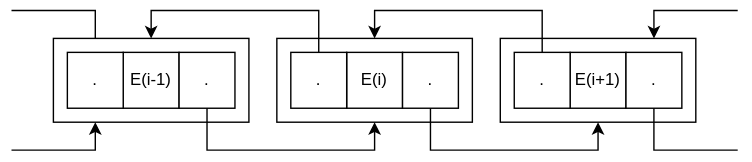
This is sections/part3/images/chaine0.svg from BastienGarnier/CoursMinitel, a draw.io export, as it was before one commit. Source tidied: cells renumbered, new cells last; positions are measured from the earlier drawing's top-left corner, leaving out a move shared by most shapes. Source of this version:
```xml
<mxGraphModel>
  <root>
    <mxCell id="0" />
    <mxCell id="1" parent="0" />
    <mxCell id="2" style="rounded=0;whiteSpace=wrap;html=1;" parent="1" vertex="1">
      <mxGeometry x="350" y="20" width="140" height="60" as="geometry" />
    </mxCell>
    <mxCell id="3" style="rounded=0;whiteSpace=wrap;html=1;" parent="1" vertex="1">
      <mxGeometry x="190" y="20" width="140" height="60" as="geometry" />
    </mxCell>
    <mxCell id="4" style="rounded=0;whiteSpace=wrap;html=1;" parent="1" vertex="1">
      <mxGeometry x="30" y="20" width="140" height="60" as="geometry" />
    </mxCell>
    <mxCell id="5" value="E(i-1)" style="rounded=0;whiteSpace=wrap;html=1;" parent="1" vertex="1">
      <mxGeometry x="80" y="30" width="40" height="40" as="geometry" />
    </mxCell>
    <mxCell id="6" value="." style="rounded=0;whiteSpace=wrap;html=1;" parent="1" vertex="1">
      <mxGeometry x="120" y="30" width="40" height="40" as="geometry" />
    </mxCell>
    <mxCell id="7" value="." style="rounded=0;whiteSpace=wrap;html=1;" parent="1" vertex="1">
      <mxGeometry x="40" y="30" width="40" height="40" as="geometry" />
    </mxCell>
    <mxCell id="8" value="E(i)" style="rounded=0;whiteSpace=wrap;html=1;" parent="1" vertex="1">
      <mxGeometry x="240" y="30" width="40" height="40" as="geometry" />
    </mxCell>
    <mxCell id="9" value="." style="rounded=0;whiteSpace=wrap;html=1;" parent="1" vertex="1">
      <mxGeometry x="280" y="30" width="40" height="40" as="geometry" />
    </mxCell>
    <mxCell id="10" value="." style="rounded=0;whiteSpace=wrap;html=1;" parent="1" vertex="1">
      <mxGeometry x="200" y="30" width="40" height="40" as="geometry" />
    </mxCell>
    <mxCell id="11" value="E(i+1)" style="rounded=0;whiteSpace=wrap;html=1;" parent="1" vertex="1">
      <mxGeometry x="400" y="30" width="40" height="40" as="geometry" />
    </mxCell>
    <mxCell id="12" value="." style="rounded=0;whiteSpace=wrap;html=1;" parent="1" vertex="1">
      <mxGeometry x="440" y="30" width="40" height="40" as="geometry" />
    </mxCell>
    <mxCell id="13" value="." style="rounded=0;whiteSpace=wrap;html=1;" parent="1" vertex="1">
      <mxGeometry x="360" y="30" width="40" height="40" as="geometry" />
    </mxCell>
    <mxCell id="14" style="endArrow=classic;html=1;rounded=0;exitX=0.5;exitY=0;exitDx=0;exitDy=0;entryX=0.5;entryY=0;entryDx=0;entryDy=0;" parent="1" edge="1" source="10" target="4">
      <mxGeometry relative="1" as="geometry">
        <Array as="points">
          <mxPoint x="220" />
          <mxPoint x="100" />
        </Array>
      </mxGeometry>
    </mxCell>
    <mxCell id="15" style="endArrow=classic;html=1;rounded=0;exitX=0.5;exitY=0;exitDx=0;exitDy=0;entryX=0.5;entryY=0;entryDx=0;entryDy=0;" parent="1" edge="1" target="3">
      <mxGeometry relative="1" as="geometry">
        <mxPoint x="380" y="30" as="sourcePoint" />
        <Array as="points">
          <mxPoint x="380" />
          <mxPoint x="260" />
        </Array>
      </mxGeometry>
    </mxCell>
    <mxCell id="16" style="endArrow=classic;html=1;rounded=0;exitX=0.5;exitY=1;exitDx=0;exitDy=0;entryX=0.5;entryY=1;entryDx=0;entryDy=0;" parent="1" edge="1" target="2">
      <mxGeometry relative="1" as="geometry">
        <mxPoint x="300" y="70" as="sourcePoint" />
        <Array as="points">
          <mxPoint x="300" y="100" />
          <mxPoint x="420" y="100" />
        </Array>
      </mxGeometry>
    </mxCell>
    <mxCell id="17" style="endArrow=classic;html=1;rounded=0;entryX=0.5;entryY=1;entryDx=0;entryDy=0;" parent="1" edge="1" source="6" target="3">
      <mxGeometry relative="1" as="geometry">
        <Array as="points">
          <mxPoint x="140" y="100" />
          <mxPoint x="260" y="100" />
        </Array>
      </mxGeometry>
    </mxCell>
    <mxCell id="18" style="endArrow=none;html=1;rounded=0;" parent="1" edge="1">
      <mxGeometry relative="1" as="geometry">
        <mxPoint x="520" y="100" as="sourcePoint" />
        <mxPoint x="460" y="70" as="targetPoint" />
        <Array as="points">
          <mxPoint x="460" y="100" />
        </Array>
      </mxGeometry>
    </mxCell>
    <mxCell id="19" style="endArrow=classic;html=1;rounded=0;entryX=0.786;entryY=0;entryDx=0;entryDy=0;entryPerimeter=0;" parent="1" edge="1" target="2">
      <mxGeometry relative="1" as="geometry">
        <mxPoint x="520" as="sourcePoint" />
        <Array as="points">
          <mxPoint x="460" />
        </Array>
      </mxGeometry>
    </mxCell>
    <mxCell id="20" style="endArrow=none;html=1;rounded=0;" parent="1" edge="1">
      <mxGeometry relative="1" as="geometry">
        <mxPoint x="60" y="20" as="sourcePoint" />
        <mxPoint as="targetPoint" />
        <Array as="points">
          <mxPoint x="60" />
        </Array>
      </mxGeometry>
    </mxCell>
    <mxCell id="21" style="endArrow=classic;html=1;rounded=0;" parent="1" edge="1">
      <mxGeometry relative="1" as="geometry">
        <mxPoint y="100" as="sourcePoint" />
        <mxPoint x="60" y="80" as="targetPoint" />
        <Array as="points">
          <mxPoint x="60" y="100" />
        </Array>
      </mxGeometry>
    </mxCell>
  </root>
</mxGraphModel>
```
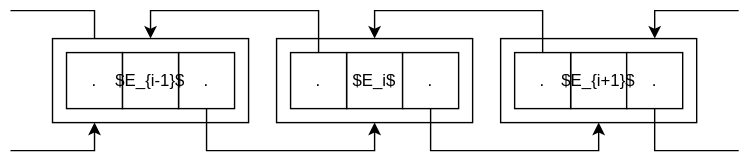
Above is the later version.

The edit, as a diff of the source:
```diff
@@ -11,16 +11,13 @@
     <mxCell id="4" style="rounded=0;whiteSpace=wrap;html=1;" parent="1" vertex="1">
       <mxGeometry x="30" y="20" width="140" height="60" as="geometry" />
     </mxCell>
-    <mxCell id="5" value="E(i-1)" style="rounded=0;whiteSpace=wrap;html=1;" parent="1" vertex="1">
-      <mxGeometry x="80" y="30" width="40" height="40" as="geometry" />
-    </mxCell>
     <mxCell id="6" value="." style="rounded=0;whiteSpace=wrap;html=1;" parent="1" vertex="1">
       <mxGeometry x="120" y="30" width="40" height="40" as="geometry" />
     </mxCell>
     <mxCell id="7" value="." style="rounded=0;whiteSpace=wrap;html=1;" parent="1" vertex="1">
       <mxGeometry x="40" y="30" width="40" height="40" as="geometry" />
     </mxCell>
-    <mxCell id="8" value="E(i)" style="rounded=0;whiteSpace=wrap;html=1;" parent="1" vertex="1">
+    <mxCell id="8" value="$E_i$" style="rounded=0;whiteSpace=wrap;html=1;" parent="1" vertex="1">
       <mxGeometry x="240" y="30" width="40" height="40" as="geometry" />
     </mxCell>
     <mxCell id="9" value="." style="rounded=0;whiteSpace=wrap;html=1;" parent="1" vertex="1">
@@ -29,7 +26,7 @@
     <mxCell id="10" value="." style="rounded=0;whiteSpace=wrap;html=1;" parent="1" vertex="1">
       <mxGeometry x="200" y="30" width="40" height="40" as="geometry" />
     </mxCell>
-    <mxCell id="11" value="E(i+1)" style="rounded=0;whiteSpace=wrap;html=1;" parent="1" vertex="1">
+    <mxCell id="11" style="rounded=0;whiteSpace=wrap;html=1;" parent="1" vertex="1">
       <mxGeometry x="400" y="30" width="40" height="40" as="geometry" />
     </mxCell>
     <mxCell id="12" value="." style="rounded=0;whiteSpace=wrap;html=1;" parent="1" vertex="1">
@@ -107,5 +104,14 @@
         </Array>
       </mxGeometry>
     </mxCell>
+    <mxCell id="5" style="rounded=0;whiteSpace=wrap;html=1;" parent="1" vertex="1">
+      <mxGeometry x="80" y="30" width="40" height="40" as="geometry" />
+    </mxCell>
+    <mxCell id="22" value="$E_{i-1}$" style="text;html=1;align=center;verticalAlign=middle;whiteSpace=wrap;rounded=0;" parent="1" vertex="1">
+      <mxGeometry x="70" y="30" width="60" height="40" as="geometry" />
+    </mxCell>
+    <mxCell id="23" value="$E_{i+1}$" style="text;html=1;align=center;verticalAlign=middle;whiteSpace=wrap;rounded=0;" parent="1" vertex="1">
+      <mxGeometry x="390" y="30" width="60" height="40" as="geometry" />
+    </mxCell>
   </root>
 </mxGraphModel>
```
